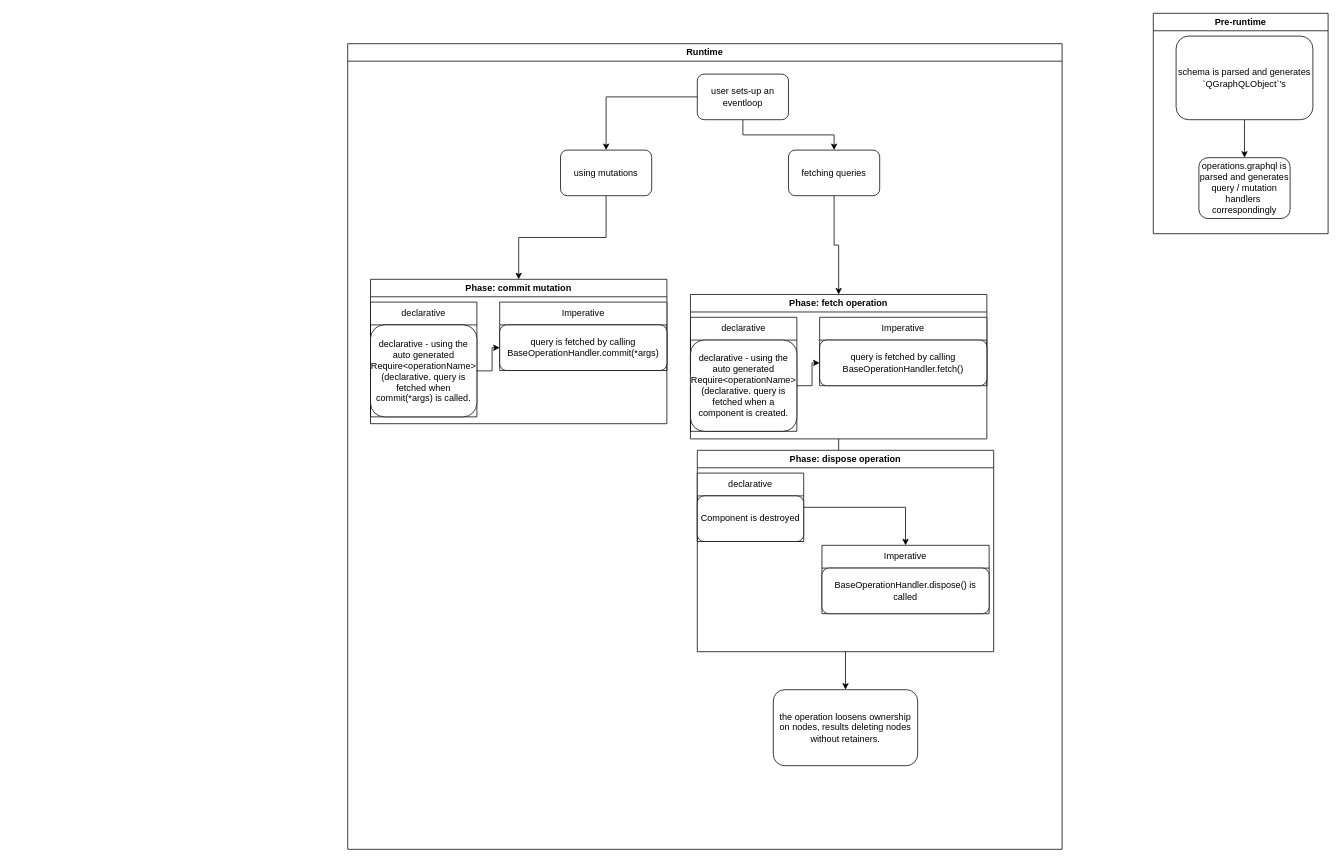
Before: qtgql/Untitled Diagram.drawio in nrbnlulu/diagrams, a draw.io diagram. Source tidied: cells renumbered, new cells numbered last; positions are measured from the earlier drawing's top-left corner, leaving out a move shared by most shapes. Both pictures are drawn from the tidied source at 76%, with x=0, y=0 at pixel (347, 13).
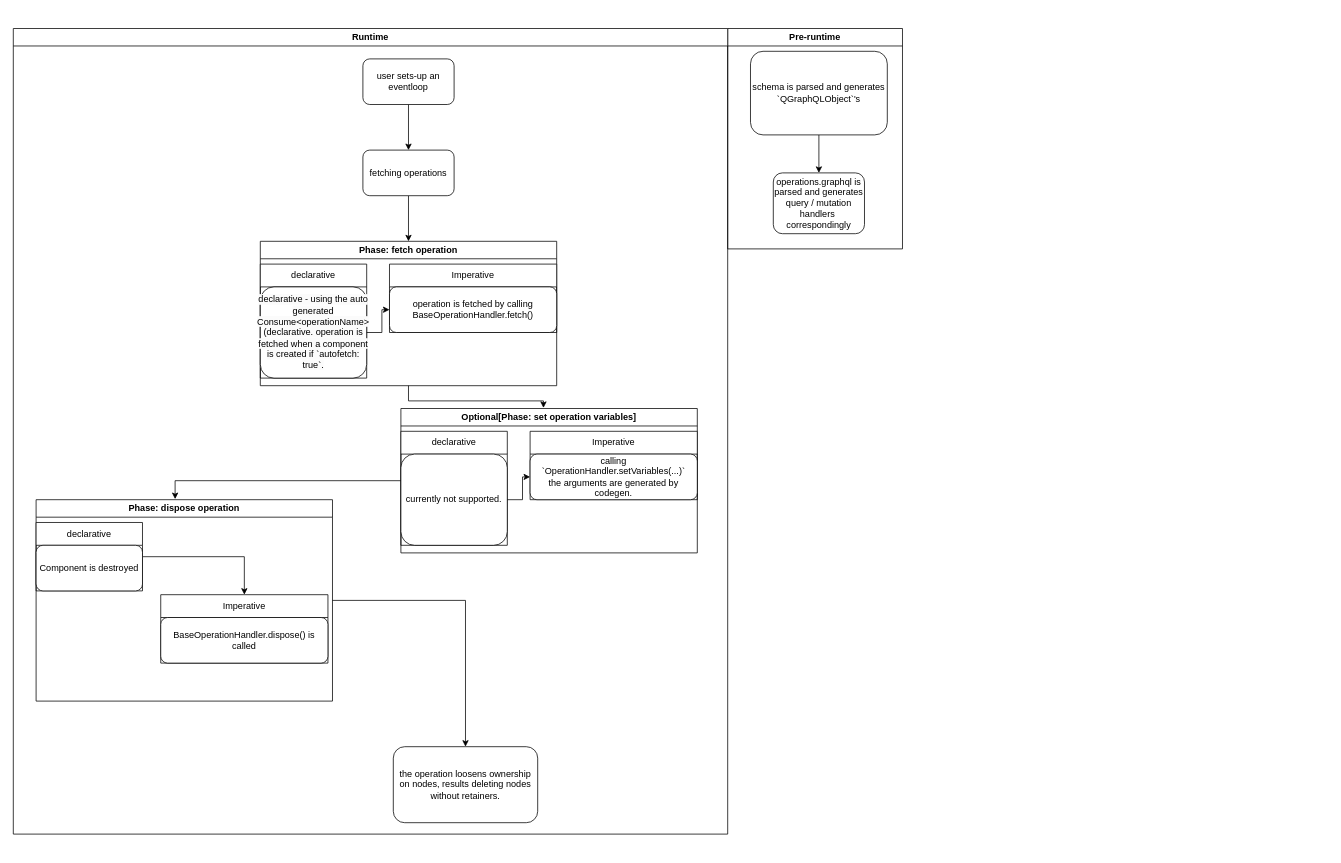
The same diagram, later.

The change refers to these unchanged cells:
```xml
<mxCell id="9" value="user sets-up an eventloop" style="rounded=1;whiteSpace=wrap;html=1;" parent="6" vertex="1">
  <mxGeometry x="460" y="40" width="120" height="60" as="geometry" />
</mxCell>
<mxCell id="17" value="declarative" style="swimlane;fontStyle=0;horizontal=1;startSize=30;whiteSpace=wrap;html=1;" parent="16" vertex="1">
  <mxGeometry y="30" width="140" height="150" as="geometry" />
</mxCell>
<mxCell id="19" value="Imperative" style="swimlane;fontStyle=0;horizontal=1;startSize=30;whiteSpace=wrap;html=1;" parent="16" vertex="1">
  <mxGeometry x="170" y="30" width="220" height="90" as="geometry" />
</mxCell>
```

Diff of the diagram source:
```diff
@@
     <mxCell id="2" value="Pre-runtime&lt;br&gt;" style="swimlane;whiteSpace=wrap;html=1;" parent="1" vertex="1">
-      <mxGeometry x="1060" width="230" height="290" as="geometry" />
+      <mxGeometry x="500" y="20" width="230" height="290" as="geometry" />
     </mxCell>
@@
     <mxCell id="6" value="Runtime&lt;br&gt;" style="swimlane;whiteSpace=wrap;html=1;" parent="1" vertex="1">
-      <mxGeometry y="40" width="940" height="1060" as="geometry" />
+      <mxGeometry x="-440" y="20" width="940" height="1060" as="geometry" />
     </mxCell>
@@
-    <mxCell id="8" style="edgeStyle=orthogonalEdgeStyle;rounded=0;jettySize=auto;html=1;" parent="6" edge="1" source="9" target="14">
-      <mxGeometry relative="1" as="geometry" />
-    </mxCell>
@@
-    <mxCell id="11" value="fetching queries" style="whiteSpace=wrap;html=1;rounded=1;" parent="6" vertex="1">
-      <mxGeometry x="580" y="140" width="120" height="60" as="geometry" />
+    <mxCell id="11" value="fetching operations" style="whiteSpace=wrap;html=1;rounded=1;" parent="6" vertex="1">
+      <mxGeometry x="460" y="160" width="120" height="60" as="geometry" />
     </mxCell>
     <mxCell id="12" value="the operation loosens ownership on nodes, results deleting nodes without retainers." style="whiteSpace=wrap;html=1;rounded=1;" parent="6" vertex="1">
-      <mxGeometry x="560" y="850" width="190" height="100" as="geometry" />
+      <mxGeometry x="500" y="945" width="190" height="100" as="geometry" />
     </mxCell>
-    <mxCell id="13" style="edgeStyle=orthogonalEdgeStyle;rounded=0;jettySize=auto;html=1;entryX=0.5;entryY=0;entryDx=0;entryDy=0;" parent="6" edge="1" source="14" target="29">
-      <mxGeometry relative="1" as="geometry" />
-    </mxCell>
-    <mxCell id="14" value="using mutations" style="rounded=1;whiteSpace=wrap;html=1;" parent="6" vertex="1">
-      <mxGeometry x="280" y="140" width="120" height="60" as="geometry" />
-    </mxCell>
-    <mxCell id="15" style="edgeStyle=orthogonalEdgeStyle;rounded=0;jettySize=auto;html=1;" parent="6" edge="1" source="16" target="23">
-      <mxGeometry relative="1" as="geometry" />
-    </mxCell>
+    <mxCell id="35" style="edgeStyle=orthogonalEdgeStyle;rounded=0;jettySize=auto;html=1;entryX=0.481;entryY=-0.004;entryDx=0;entryDy=0;entryPerimeter=0;" parent="6" edge="1" source="16" target="37">
+      <mxGeometry relative="1" as="geometry" />
+    </mxCell>
     <mxCell id="16" value="Phase: fetch operation" style="swimlane;whiteSpace=wrap;html=1;" parent="6" vertex="1">
-      <mxGeometry x="451" y="330" width="390" height="190" as="geometry" />
+      <mxGeometry x="325" y="280" width="390" height="190" as="geometry" />
     </mxCell>
@@
-    <mxCell id="18" value="&lt;span style=&quot;color: rgb(0, 0, 0); font-family: Helvetica; font-size: 12px; font-style: normal; font-variant-ligatures: normal; font-variant-caps: normal; font-weight: 400; letter-spacing: normal; orphans: 2; text-align: center; text-indent: 0px; text-transform: none; widows: 2; word-spacing: 0px; -webkit-text-stroke-width: 0px; background-color: rgb(251, 251, 251); text-decoration-thickness: initial; text-decoration-style: initial; text-decoration-color: initial; float: none; display: inline !important;&quot;&gt;declarative - using the auto generated Require&amp;lt;operationName&amp;gt; (declarative. query is fetched when a component is created.&lt;/span&gt;" style="whiteSpace=wrap;html=1;rounded=1;" parent="17" vertex="1">
+    <mxCell id="18" value="&lt;span style=&quot;color: rgb(0, 0, 0); font-family: Helvetica; font-size: 12px; font-style: normal; font-variant-ligatures: normal; font-variant-caps: normal; font-weight: 400; letter-spacing: normal; orphans: 2; text-align: center; text-indent: 0px; text-transform: none; widows: 2; word-spacing: 0px; -webkit-text-stroke-width: 0px; background-color: rgb(251, 251, 251); text-decoration-thickness: initial; text-decoration-style: initial; text-decoration-color: initial; float: none; display: inline !important;&quot;&gt;declarative - using the auto generated Consume&amp;lt;operationName&amp;gt; (declarative. operation is fetched when a component is created if `autofetch: true`.&lt;/span&gt;" style="whiteSpace=wrap;html=1;rounded=1;" parent="17" vertex="1">
       <mxGeometry y="30" width="140" height="120" as="geometry" />
     </mxCell>
@@
-    <mxCell id="20" value="query is fetched by calling BaseOperationHandler.fetch()" style="whiteSpace=wrap;html=1;rounded=1;" parent="19" vertex="1">
+    <mxCell id="20" value="operation is fetched by calling BaseOperationHandler.fetch()" style="whiteSpace=wrap;html=1;rounded=1;" parent="19" vertex="1">
       <mxGeometry y="30" width="220" height="60" as="geometry" />
     </mxCell>
@@
     <mxCell id="23" value="Phase: dispose operation" style="swimlane;whiteSpace=wrap;html=1;" parent="6" vertex="1">
-      <mxGeometry x="460" y="535" width="390" height="265" as="geometry" />
+      <mxGeometry x="30" y="620" width="390" height="265" as="geometry" />
     </mxCell>
@@
-    <mxCell id="29" value="Phase: commit mutation" style="swimlane;whiteSpace=wrap;html=1;" parent="6" vertex="1">
-      <mxGeometry x="30" y="310" width="390" height="190" as="geometry" />
-    </mxCell>
+    <mxCell id="36" style="edgeStyle=orthogonalEdgeStyle;rounded=0;jettySize=auto;html=1;entryX=0.469;entryY=-0.003;entryDx=0;entryDy=0;entryPerimeter=0;" parent="6" edge="1" source="37" target="23">
+      <mxGeometry relative="1" as="geometry" />
+    </mxCell>
+    <mxCell id="37" value="Optional[Phase: set operation variables]" style="swimlane;whiteSpace=wrap;html=1;startSize=23;" parent="6" vertex="1">
+      <mxGeometry x="510" y="500" width="390" height="190" as="geometry" />
+    </mxCell>
-    <mxCell id="30" value="declarative" style="swimlane;fontStyle=0;horizontal=1;startSize=30;whiteSpace=wrap;html=1;" parent="29" vertex="1">
-      <mxGeometry y="30" width="140" height="151" as="geometry" />
+    <mxCell id="30" value="declarative" style="swimlane;fontStyle=0;horizontal=1;startSize=30;whiteSpace=wrap;html=1;" parent="37" vertex="1">
+      <mxGeometry y="30" width="140" height="150" as="geometry" />
     </mxCell>
-    <mxCell id="31" value="declarative - using the auto generated Require&amp;lt;operationName&amp;gt; (declarative. query is fetched when commit(*args) is called." style="whiteSpace=wrap;html=1;rounded=1;" parent="30" vertex="1">
-      <mxGeometry y="30" width="140" height="121" as="geometry" />
-    </mxCell>
+    <mxCell id="38" value="currently not supported." style="whiteSpace=wrap;html=1;rounded=1;" parent="30" vertex="1">
+      <mxGeometry y="30" width="140" height="120" as="geometry" />
+    </mxCell>
-    <mxCell id="32" value="Imperative" style="swimlane;fontStyle=0;horizontal=1;startSize=30;whiteSpace=wrap;html=1;" parent="29" vertex="1">
+    <mxCell id="32" value="Imperative" style="swimlane;fontStyle=0;horizontal=1;startSize=30;whiteSpace=wrap;html=1;" parent="37" vertex="1">
       <mxGeometry x="170" y="30" width="220" height="90" as="geometry" />
     </mxCell>
-    <mxCell id="33" value="query is fetched by calling BaseOperationHandler.commit(*args)" style="whiteSpace=wrap;html=1;rounded=1;" parent="32" vertex="1">
-      <mxGeometry y="30" width="220" height="60" as="geometry" />
-    </mxCell>
-    <mxCell id="34" style="edgeStyle=orthogonalEdgeStyle;rounded=0;jettySize=auto;html=1;" parent="29" edge="1" source="31" target="33">
-      <mxGeometry relative="1" as="geometry" />
-    </mxCell>
+    <mxCell id="39" value="calling `OperationHandler.setVariables(...)`&lt;br&gt;the arguments are generated by codegen." style="whiteSpace=wrap;html=1;rounded=1;" parent="32" vertex="1">
+      <mxGeometry y="30" width="220" height="60" as="geometry" />
+    </mxCell>
+    <mxCell id="40" style="edgeStyle=orthogonalEdgeStyle;rounded=0;jettySize=auto;html=1;" parent="37" edge="1" source="38" target="39">
+      <mxGeometry relative="1" as="geometry" />
+    </mxCell>
```
